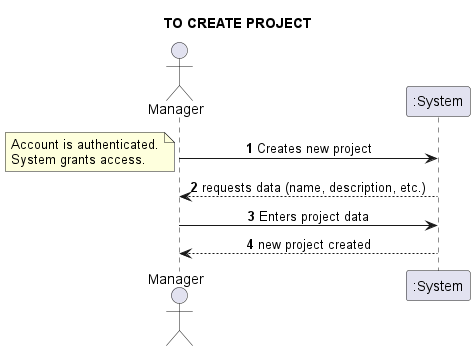
The PlantUML diagram docs/requirements_gathering/system_sequence_diagrams/009_to_create_project.png in Loracline/project_switch_22-23, before a commit.
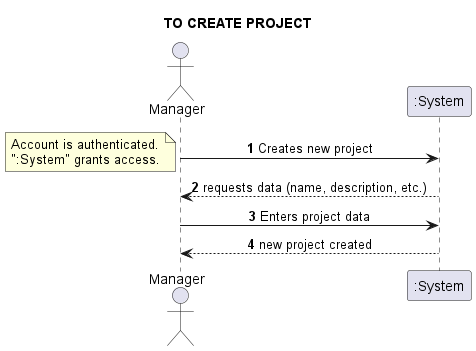
Above is the later version.

Commit message:
US002: Design - Refinement of Class Diagram (UC: To Register Account)

The edit, as a diff of the source:
```diff
@@ -2,13 +2,13 @@
 skinparam sequenceMessageAlign center
 title TO CREATE PROJECT
 autonumber
-actor Manager
-Manager -> ":System": Creates new project
+actor "Manager"
+"Manager" -> ":System": Creates new project
 note left
 Account is authenticated.
-System grants access.
+":System" grants access.
 end note
-Manager <-- ":System": requests data (name, description, etc.)
-Manager -> ":System":  Enters project data
-Manager <-- ":System": new project created
+"Manager" <-- ":System": requests data (name, description, etc.)
+"Manager" -> ":System":  Enters project data
+"Manager" <-- ":System": new project created
 @enduml
```
